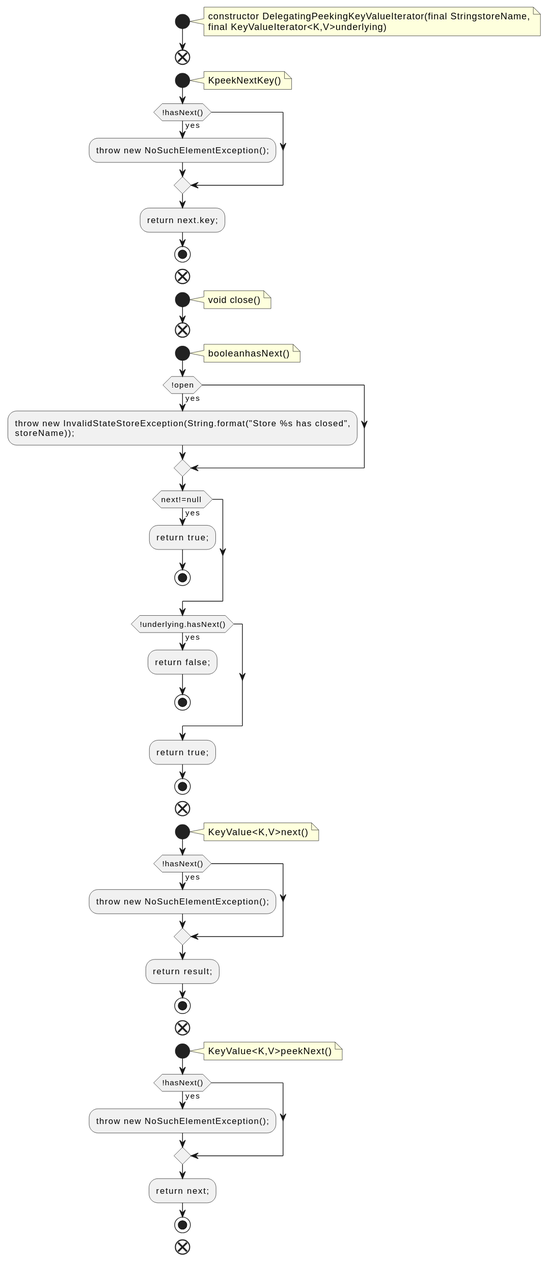
Earlier version of the PlantUML export docs/qc/streams/src/main/java/org/apache/kafka/streams/state/internals/DelegatingPeekingKeyValueIterator.java.fct.svg (qualitesys/kafka).
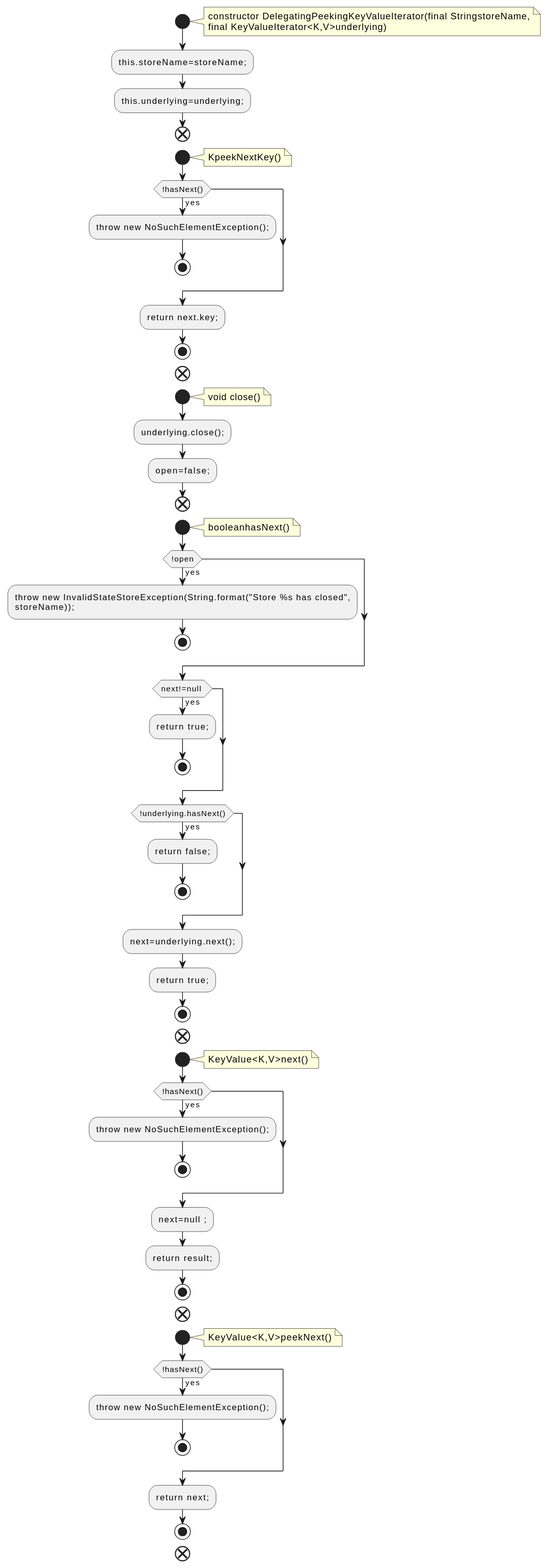
After the change.

Diff of the diagram source:
```diff
@@ -5,6 +5,8 @@
 constructor DelegatingPeekingKeyValueIterator(final StringstoreName,
 final KeyValueIterator<K,V>underlying)
 end note
+:this.storeName=storeName;;
+:this.underlying=underlying;;
 end
 start
 note right
@@ -12,6 +14,7 @@
 end note
 if (!hasNext()) then (yes)
 :throw new NoSuchElementException();;
+stop
 endif
 :return next.key;;
 stop
@@ -20,6 +23,8 @@
 note right
 void close()
 end note
+:underlying.close();;
+:open=false;;
 end
 start
 note right
@@ -28,6 +33,7 @@
 if (!open) then (yes)
 :throw new InvalidStateStoreException(String.format("Store %s has closed",
 storeName));;
+stop
 endif
 if (next!=null ) then (yes)
 :return true;;
@@ -37,6 +43,7 @@
 :return false;;
 stop
 endif
+:next=underlying.next();;
 :return true;;
 stop
 end
@@ -46,7 +53,9 @@
 end note
 if (!hasNext()) then (yes)
 :throw new NoSuchElementException();;
+stop
 endif
+:next=null ;;
 :return result;;
 stop
 end
@@ -56,6 +65,7 @@
 end note
 if (!hasNext()) then (yes)
 :throw new NoSuchElementException();;
+stop
 endif
 :return next;;
 stop
```
